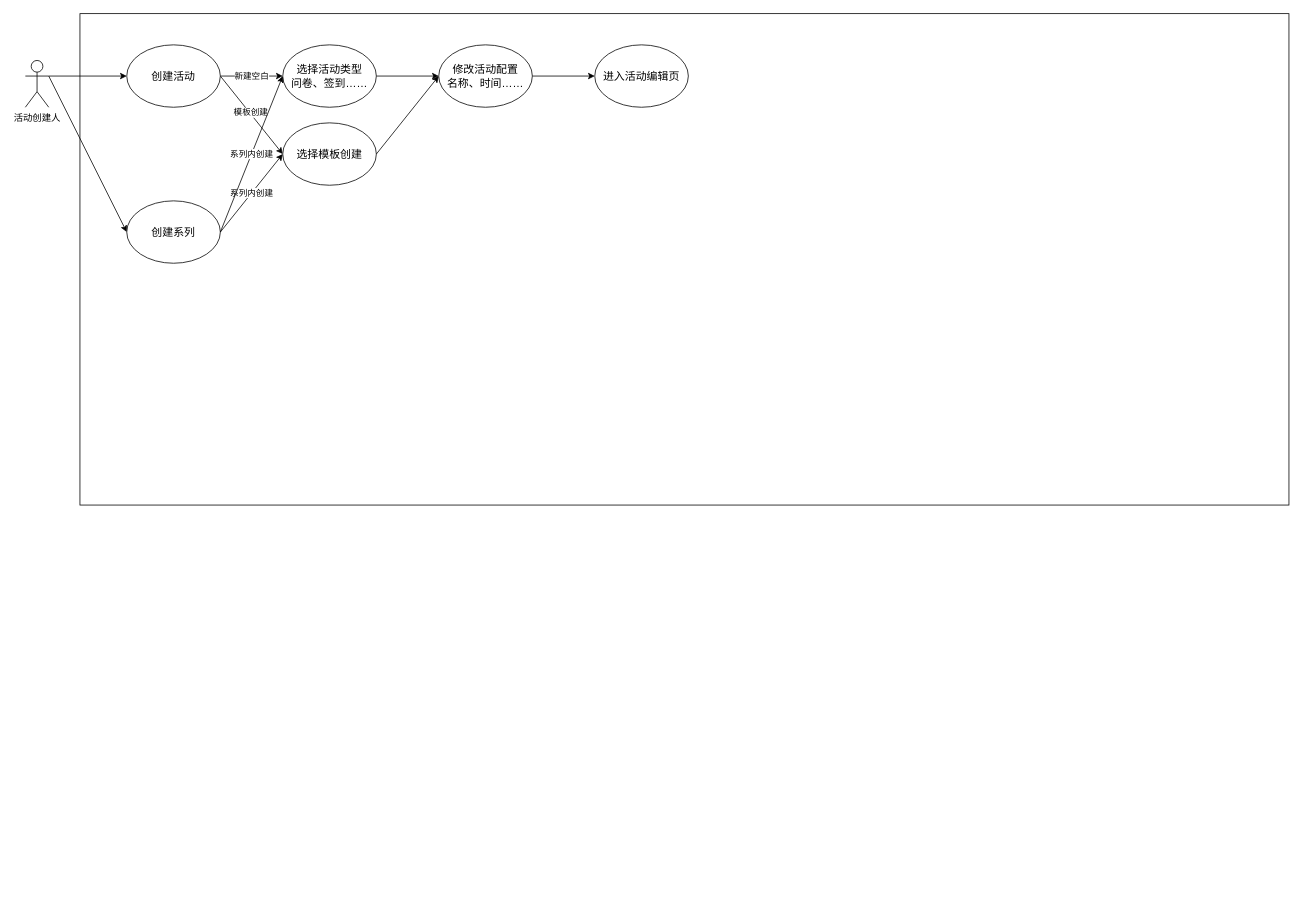
Above: page "场景图" (1 of 4) of 场景图.drawio in zhaodada23/imge (draw.io), before the change. Source tidied: cells renumbered, new cells numbered last; positions are measured from the earlier drawing's top-left corner, leaving out a move shared by most shapes. Both pictures are drawn from the tidied source at 78%, with x=0, y=0 at pixel (25, 13).
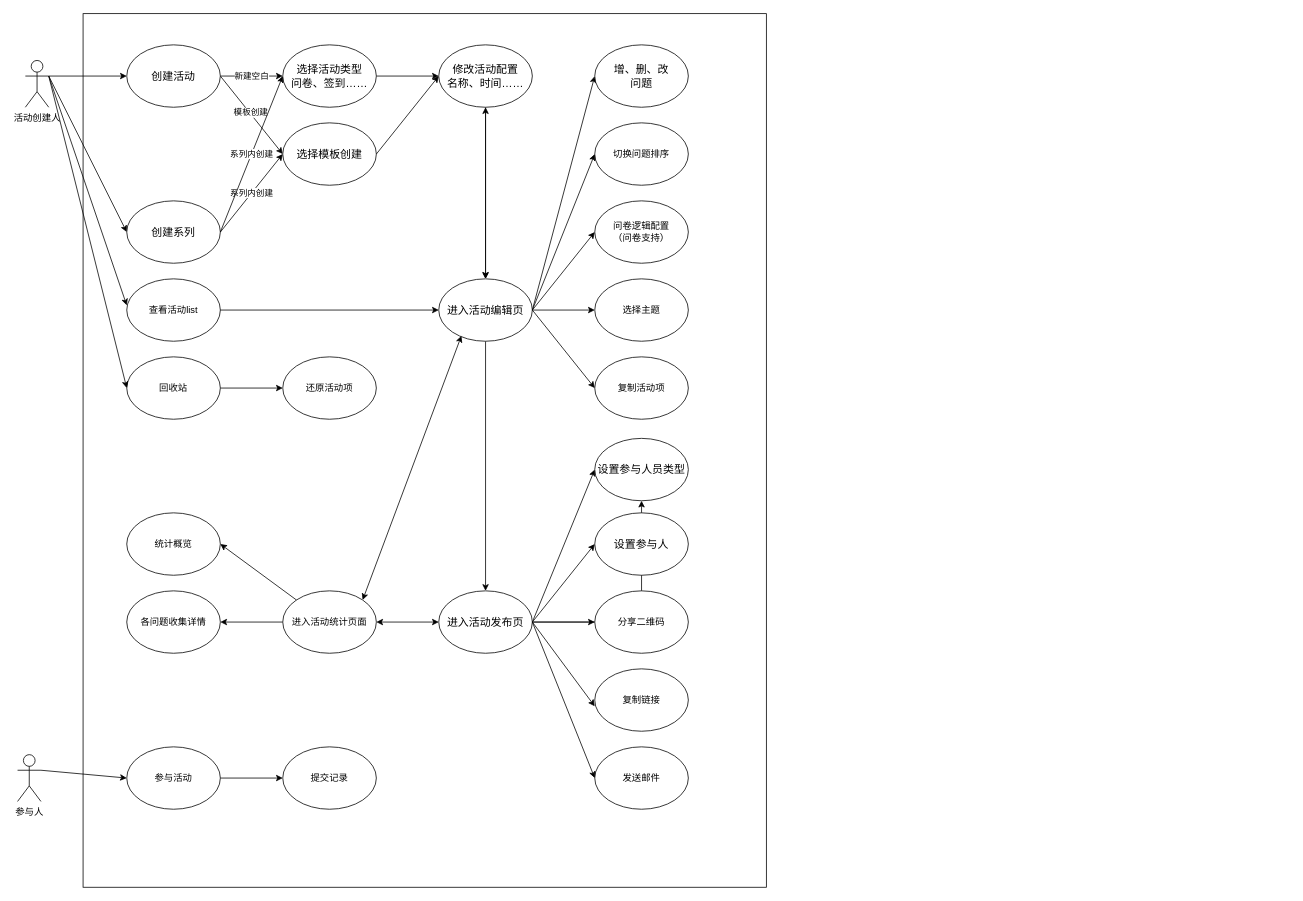
Above is the later version.

Commit message:
更新场景图.drawio

The change refers to these unchanged cells:
```xml
<mxCell id="4" value="活动创建人&lt;div&gt;&lt;br&gt;&lt;/div&gt;" style="shape=umlActor;verticalLabelPosition=bottom;verticalAlign=top;html=1;outlineConnect=0;" parent="1" vertex="1">
  <mxGeometry y="60" width="30" height="60" as="geometry" />
</mxCell>
<mxCell id="15" value="&lt;span style=&quot;font-size: 14px;&quot;&gt;修改活动配置&lt;/span&gt;&lt;div&gt;&lt;span style=&quot;font-size: 14px;&quot;&gt;名称、时间……&lt;/span&gt;&lt;/div&gt;" style="ellipse;whiteSpace=wrap;html=1;" parent="1" vertex="1">
  <mxGeometry x="530" y="40" width="120" height="80" as="geometry" />
</mxCell>
```

The edit, as a diff of the source:
```diff
@@
     <mxCell id="5" style="rounded=0;whiteSpace=wrap;html=1;fillColor=none;" parent="1" vertex="1">
-      <mxGeometry x="70" width="1550" height="630" as="geometry" />
+      <mxGeometry x="74" width="876" height="1120" as="geometry" />
     </mxCell>
@@
-    <mxCell id="14" style="edgeStyle=orthogonalEdgeStyle;rounded=0;jettySize=auto;html=1;" parent="1" edge="1" source="15" target="19">
+    <mxCell id="14" style="edgeStyle=orthogonalEdgeStyle;rounded=0;jettySize=auto;html=1;strokeColor=default;endArrow=classic;endFill=1;" parent="1" edge="1" source="15" target="19">
       <mxGeometry relative="1" as="geometry" />
     </mxCell>
@@
+    <mxCell id="20" style="rounded=0;jettySize=auto;html=1;entryX=0;entryY=0.5;entryDx=0;entryDy=0;exitX=1;exitY=0.5;exitDx=0;exitDy=0;" parent="1" edge="1" source="19" target="22">
+      <mxGeometry relative="1" as="geometry" />
+    </mxCell>
+    <mxCell id="21" style="edgeStyle=orthogonalEdgeStyle;rounded=0;jettySize=auto;html=1;" parent="1" edge="1" source="19" target="40">
+      <mxGeometry relative="1" as="geometry" />
+    </mxCell>
     <mxCell id="19" value="&lt;span style=&quot;font-size: 14px;&quot;&gt;进入活动编辑页&lt;/span&gt;" style="ellipse;whiteSpace=wrap;html=1;" parent="1" vertex="1">
-      <mxGeometry x="730" y="40" width="120" height="80" as="geometry" />
+      <mxGeometry x="530" y="340" width="120" height="80" as="geometry" />
     </mxCell>
+    <mxCell id="22" value="&lt;span style=&quot;font-size: 14px;&quot;&gt;增、删、改&lt;/span&gt;&lt;div&gt;&lt;span style=&quot;font-size: 14px;&quot;&gt;问题&lt;/span&gt;&lt;/div&gt;" style="ellipse;whiteSpace=wrap;html=1;" parent="1" vertex="1">
+      <mxGeometry x="730" y="40" width="120" height="80" as="geometry" />
+    </mxCell>
+    <mxCell id="23" value="切换问题排序" style="ellipse;whiteSpace=wrap;html=1;" parent="1" vertex="1">
+      <mxGeometry x="730" y="140" width="120" height="80" as="geometry" />
+    </mxCell>
+    <mxCell id="24" style="endArrow=classic;html=1;rounded=0;entryX=0;entryY=0.5;entryDx=0;entryDy=0;exitX=1;exitY=0.5;exitDx=0;exitDy=0;" parent="1" edge="1" source="19" target="23">
+      <mxGeometry relative="1" as="geometry" />
+    </mxCell>
+    <mxCell id="25" value="问卷逻辑配置&lt;div&gt;（问卷支持）&lt;/div&gt;" style="ellipse;whiteSpace=wrap;html=1;" parent="1" vertex="1">
+      <mxGeometry x="730" y="240" width="120" height="80" as="geometry" />
+    </mxCell>
+    <mxCell id="26" style="endArrow=classic;html=1;rounded=0;entryX=0;entryY=0.5;entryDx=0;entryDy=0;exitX=1;exitY=0.5;exitDx=0;exitDy=0;" parent="1" edge="1" source="19" target="25">
+      <mxGeometry relative="1" as="geometry" />
+    </mxCell>
+    <mxCell id="27" value="选择主题" style="ellipse;whiteSpace=wrap;html=1;" parent="1" vertex="1">
+      <mxGeometry x="730" y="340" width="120" height="80" as="geometry" />
+    </mxCell>
+    <mxCell id="28" style="endArrow=classic;html=1;rounded=0;entryX=0;entryY=0.5;entryDx=0;entryDy=0;exitX=1;exitY=0.5;exitDx=0;exitDy=0;" parent="1" edge="1" source="19" target="27">
+      <mxGeometry relative="1" as="geometry" />
+    </mxCell>
+    <mxCell id="29" value="复制活动项" style="ellipse;whiteSpace=wrap;html=1;" parent="1" vertex="1">
+      <mxGeometry x="730" y="440" width="120" height="80" as="geometry" />
+    </mxCell>
+    <mxCell id="30" style="endArrow=classic;html=1;rounded=0;entryX=0;entryY=0.5;entryDx=0;entryDy=0;exitX=1;exitY=0.5;exitDx=0;exitDy=0;" parent="1" edge="1" source="19" target="29">
+      <mxGeometry relative="1" as="geometry" />
+    </mxCell>
+    <mxCell id="31" value="查看活动list" style="ellipse;whiteSpace=wrap;html=1;" parent="1" vertex="1">
+      <mxGeometry x="130" y="340" width="120" height="80" as="geometry" />
+    </mxCell>
+    <mxCell id="32" style="endArrow=classic;html=1;rounded=0;exitX=1;exitY=0.5;exitDx=0;exitDy=0;entryX=0;entryY=0.5;entryDx=0;entryDy=0;" parent="1" edge="1" source="31" target="19">
+      <mxGeometry relative="1" as="geometry" />
+    </mxCell>
+    <mxCell id="33" style="endArrow=classic;html=1;rounded=0;exitX=1;exitY=0.3333333333333333;exitDx=0;exitDy=0;exitPerimeter=0;entryX=0;entryY=0.425;entryDx=0;entryDy=0;entryPerimeter=0;" parent="1" edge="1" source="4" target="31">
+      <mxGeometry relative="1" as="geometry" />
+    </mxCell>
+    <mxCell id="34" style="edgeStyle=orthogonalEdgeStyle;rounded=0;jettySize=auto;html=1;" parent="1" edge="1" source="35" target="37">
+      <mxGeometry relative="1" as="geometry" />
+    </mxCell>
+    <mxCell id="35" value="回收站" style="ellipse;whiteSpace=wrap;html=1;" parent="1" vertex="1">
+      <mxGeometry x="130" y="440" width="120" height="80" as="geometry" />
+    </mxCell>
+    <mxCell id="36" style="endArrow=classic;html=1;rounded=0;exitX=1;exitY=0.3333333333333333;exitDx=0;exitDy=0;exitPerimeter=0;entryX=0;entryY=0.5;entryDx=0;entryDy=0;" parent="1" edge="1" source="4" target="35">
+      <mxGeometry relative="1" as="geometry" />
+    </mxCell>
+    <mxCell id="37" value="还原活动项" style="ellipse;whiteSpace=wrap;html=1;" parent="1" vertex="1">
+      <mxGeometry x="330" y="440" width="120" height="80" as="geometry" />
+    </mxCell>
+    <mxCell id="38" style="edgeStyle=orthogonalEdgeStyle;rounded=0;jettySize=auto;html=1;" parent="1" edge="1" source="40" target="42">
+      <mxGeometry relative="1" as="geometry" />
+    </mxCell>
+    <mxCell id="39" style="rounded=0;jettySize=auto;html=1;exitX=1;exitY=0.5;exitDx=0;exitDy=0;entryX=0;entryY=0.5;entryDx=0;entryDy=0;" parent="1" edge="1" source="40" target="42">
+      <mxGeometry relative="1" as="geometry" />
+    </mxCell>
+    <mxCell id="40" value="&lt;span style=&quot;font-size: 14px;&quot;&gt;进入活动发布页&lt;/span&gt;" style="ellipse;whiteSpace=wrap;html=1;" parent="1" vertex="1">
+      <mxGeometry x="530" y="740" width="120" height="80" as="geometry" />
+    </mxCell>
+    <mxCell id="41" style="endArrow=classic;startArrow=classic;html=1;rounded=0;exitX=0.5;exitY=0;exitDx=0;exitDy=0;entryX=0.5;entryY=1;entryDx=0;entryDy=0;" parent="1" edge="1" source="19" target="15">
+      <mxGeometry relative="1" as="geometry" />
+    </mxCell>
+    <mxCell id="42" value="&lt;span style=&quot;font-size: 14px;&quot;&gt;设置参与人员类型&lt;/span&gt;" style="ellipse;whiteSpace=wrap;html=1;" parent="1" vertex="1">
+      <mxGeometry x="730" y="544.5" width="120" height="80" as="geometry" />
+    </mxCell>
+    <mxCell id="43" value="&lt;span style=&quot;font-size: 14px;&quot;&gt;设置参与人&lt;/span&gt;" style="ellipse;whiteSpace=wrap;html=1;" parent="1" vertex="1">
+      <mxGeometry x="730" y="640" width="120" height="80" as="geometry" />
+    </mxCell>
+    <mxCell id="44" value="分享二维码" style="ellipse;whiteSpace=wrap;html=1;" parent="1" vertex="1">
+      <mxGeometry x="730" y="740" width="120" height="80" as="geometry" />
+    </mxCell>
+    <mxCell id="45" value="复制链接" style="ellipse;whiteSpace=wrap;html=1;" parent="1" vertex="1">
+      <mxGeometry x="730" y="840" width="120" height="80" as="geometry" />
+    </mxCell>
+    <mxCell id="46" style="rounded=0;jettySize=auto;html=1;entryX=0;entryY=0.5;entryDx=0;entryDy=0;exitX=1;exitY=0.5;exitDx=0;exitDy=0;" parent="1" edge="1" source="40" target="44">
+      <mxGeometry relative="1" as="geometry" />
+    </mxCell>
+    <mxCell id="47" style="rounded=0;jettySize=auto;html=1;entryX=0;entryY=0.6;entryDx=0;entryDy=0;exitX=1;exitY=0.5;exitDx=0;exitDy=0;entryPerimeter=0;" parent="1" edge="1" source="40" target="45">
+      <mxGeometry relative="1" as="geometry" />
+    </mxCell>
+    <mxCell id="48" style="rounded=0;jettySize=auto;html=1;entryX=0;entryY=0.5;entryDx=0;entryDy=0;exitX=1;exitY=0.5;exitDx=0;exitDy=0;" parent="1" edge="1" source="40" target="43">
+      <mxGeometry relative="1" as="geometry" />
+    </mxCell>
+    <mxCell id="49" value="发送邮件" style="ellipse;whiteSpace=wrap;html=1;" parent="1" vertex="1">
+      <mxGeometry x="730" y="940" width="120" height="80" as="geometry" />
+    </mxCell>
+    <mxCell id="50" style="rounded=0;jettySize=auto;html=1;entryX=0;entryY=0.5;entryDx=0;entryDy=0;exitX=1;exitY=0.5;exitDx=0;exitDy=0;" parent="1" edge="1" source="40" target="49">
+      <mxGeometry relative="1" as="geometry" />
+    </mxCell>
+    <mxCell id="51" style="edgeStyle=orthogonalEdgeStyle;rounded=0;jettySize=auto;html=1;" parent="1" edge="1" source="52" target="56">
+      <mxGeometry relative="1" as="geometry" />
+    </mxCell>
+    <mxCell id="52" value="进入活动统计页面" style="ellipse;whiteSpace=wrap;html=1;" parent="1" vertex="1">
+      <mxGeometry x="330" y="740" width="120" height="80" as="geometry" />
+    </mxCell>
+    <mxCell id="53" style="endArrow=classic;startArrow=classic;html=1;rounded=0;entryX=0.242;entryY=0.913;entryDx=0;entryDy=0;entryPerimeter=0;exitX=1;exitY=0;exitDx=0;exitDy=0;" parent="1" edge="1" source="52" target="19">
+      <mxGeometry relative="1" as="geometry" />
+    </mxCell>
+    <mxCell id="54" value="统计概览" style="ellipse;whiteSpace=wrap;html=1;" parent="1" vertex="1">
+      <mxGeometry x="130" y="640" width="120" height="80" as="geometry" />
+    </mxCell>
+    <mxCell id="55" style="endArrow=classic;html=1;rounded=0;exitX=0;exitY=0;exitDx=0;exitDy=0;entryX=1;entryY=0.5;entryDx=0;entryDy=0;" parent="1" edge="1" source="52" target="54">
+      <mxGeometry relative="1" as="geometry" />
+    </mxCell>
+    <mxCell id="56" value="各问题收集详情" style="ellipse;whiteSpace=wrap;html=1;" parent="1" vertex="1">
+      <mxGeometry x="130" y="740" width="120" height="80" as="geometry" />
+    </mxCell>
+    <mxCell id="57" style="endArrow=classic;startArrow=classic;html=1;rounded=0;entryX=0;entryY=0.5;entryDx=0;entryDy=0;exitX=1;exitY=0.5;exitDx=0;exitDy=0;" parent="1" edge="1" source="52" target="40">
+      <mxGeometry relative="1" as="geometry" />
+    </mxCell>
+    <mxCell id="58" value="参与人&lt;div&gt;&lt;br&gt;&lt;/div&gt;" style="shape=umlActor;verticalLabelPosition=bottom;verticalAlign=top;html=1;outlineConnect=0;" parent="1" vertex="1">
+      <mxGeometry x="-10" y="950" width="30" height="60" as="geometry" />
+    </mxCell>
+    <mxCell id="59" style="edgeStyle=orthogonalEdgeStyle;rounded=0;jettySize=auto;html=1;" parent="1" edge="1" source="60" target="62">
+      <mxGeometry relative="1" as="geometry" />
+    </mxCell>
+    <mxCell id="60" value="参与活动" style="ellipse;whiteSpace=wrap;html=1;" parent="1" vertex="1">
+      <mxGeometry x="130" y="940" width="120" height="80" as="geometry" />
+    </mxCell>
+    <mxCell id="61" style="endArrow=classic;html=1;rounded=0;exitX=1;exitY=0.3333333333333333;exitDx=0;exitDy=0;exitPerimeter=0;entryX=0;entryY=0.5;entryDx=0;entryDy=0;" parent="1" edge="1" source="58" target="60">
+      <mxGeometry relative="1" as="geometry" />
+    </mxCell>
+    <mxCell id="62" value="提交记录" style="ellipse;whiteSpace=wrap;html=1;" parent="1" vertex="1">
+      <mxGeometry x="330" y="940" width="120" height="80" as="geometry" />
+    </mxCell>
```
